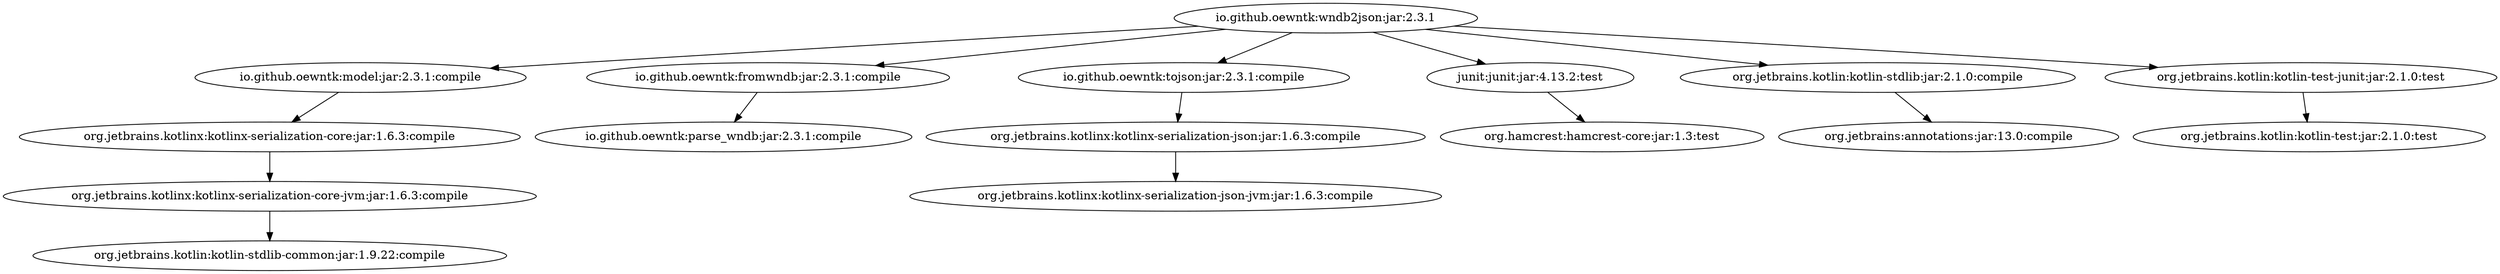
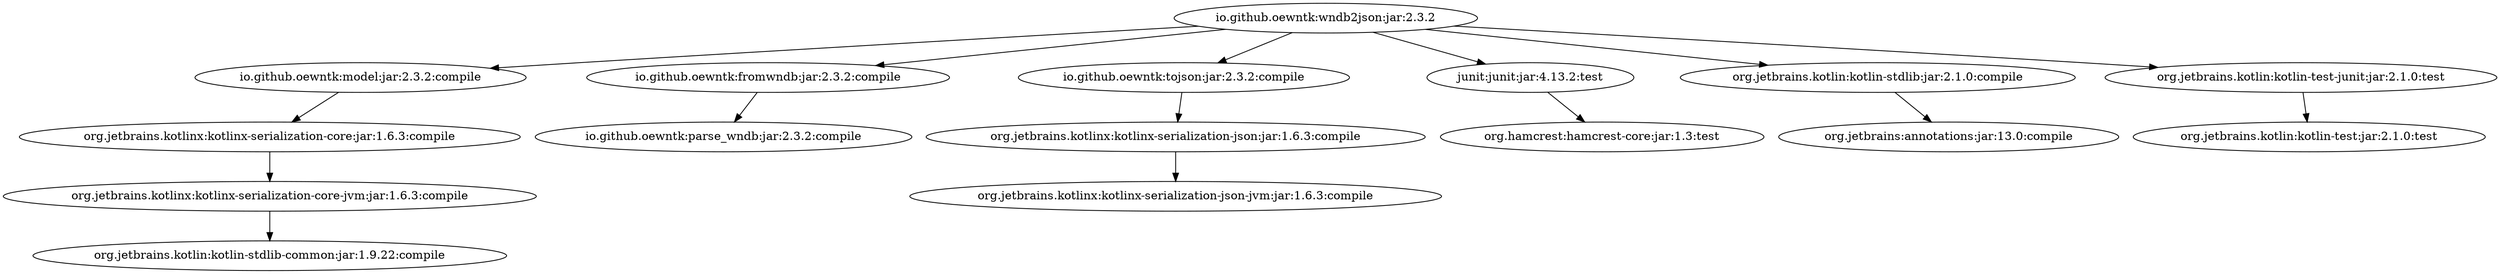
- digraph "io.github.oewntk:wndb2json:jar:2.3.1" {
- 	"io.github.oewntk:wndb2json:jar:2.3.1" -> "io.github.oewntk:model:jar:2.3.1:compile" ;
- 	"io.github.oewntk:wndb2json:jar:2.3.1" -> "io.github.oewntk:fromwndb:jar:2.3.1:compile" ;
- 	"io.github.oewntk:wndb2json:jar:2.3.1" -> "io.github.oewntk:tojson:jar:2.3.1:compile" ;
- 	"io.github.oewntk:wndb2json:jar:2.3.1" -> "junit:junit:jar:4.13.2:test" ;
- 	"io.github.oewntk:wndb2json:jar:2.3.1" -> "org.jetbrains.kotlin:kotlin-stdlib:jar:2.1.0:compile" ;
- 	"io.github.oewntk:wndb2json:jar:2.3.1" -> "org.jetbrains.kotlin:kotlin-test-junit:jar:2.1.0:test" ;
- 	"io.github.oewntk:model:jar:2.3.1:compile" -> "org.jetbrains.kotlinx:kotlinx-serialization-core:jar:1.6.3:compile" ;
+ digraph "io.github.oewntk:wndb2json:jar:2.3.2" {
+ 	"io.github.oewntk:wndb2json:jar:2.3.2" -> "io.github.oewntk:model:jar:2.3.2:compile" ;
+ 	"io.github.oewntk:wndb2json:jar:2.3.2" -> "io.github.oewntk:fromwndb:jar:2.3.2:compile" ;
+ 	"io.github.oewntk:wndb2json:jar:2.3.2" -> "io.github.oewntk:tojson:jar:2.3.2:compile" ;
+ 	"io.github.oewntk:wndb2json:jar:2.3.2" -> "junit:junit:jar:4.13.2:test" ;
+ 	"io.github.oewntk:wndb2json:jar:2.3.2" -> "org.jetbrains.kotlin:kotlin-stdlib:jar:2.1.0:compile" ;
+ 	"io.github.oewntk:wndb2json:jar:2.3.2" -> "org.jetbrains.kotlin:kotlin-test-junit:jar:2.1.0:test" ;
+ 	"io.github.oewntk:model:jar:2.3.2:compile" -> "org.jetbrains.kotlinx:kotlinx-serialization-core:jar:1.6.3:compile" ;
	"org.jetbrains.kotlinx:kotlinx-serialization-core:jar:1.6.3:compile" -> "org.jetbrains.kotlinx:kotlinx-serialization-core-jvm:jar:1.6.3:compile" ;
	"org.jetbrains.kotlinx:kotlinx-serialization-core-jvm:jar:1.6.3:compile" -> "org.jetbrains.kotlin:kotlin-stdlib-common:jar:1.9.22:compile" ;
- 	"io.github.oewntk:fromwndb:jar:2.3.1:compile" -> "io.github.oewntk:parse_wndb:jar:2.3.1:compile" ;
- 	"io.github.oewntk:tojson:jar:2.3.1:compile" -> "org.jetbrains.kotlinx:kotlinx-serialization-json:jar:1.6.3:compile" ;
+ 	"io.github.oewntk:fromwndb:jar:2.3.2:compile" -> "io.github.oewntk:parse_wndb:jar:2.3.2:compile" ;
+ 	"io.github.oewntk:tojson:jar:2.3.2:compile" -> "org.jetbrains.kotlinx:kotlinx-serialization-json:jar:1.6.3:compile" ;
	"org.jetbrains.kotlinx:kotlinx-serialization-json:jar:1.6.3:compile" -> "org.jetbrains.kotlinx:kotlinx-serialization-json-jvm:jar:1.6.3:compile" ;
	"junit:junit:jar:4.13.2:test" -> "org.hamcrest:hamcrest-core:jar:1.3:test" ;
	"org.jetbrains.kotlin:kotlin-stdlib:jar:2.1.0:compile" -> "org.jetbrains:annotations:jar:13.0:compile" ;
	"org.jetbrains.kotlin:kotlin-test-junit:jar:2.1.0:test" -> "org.jetbrains.kotlin:kotlin-test:jar:2.1.0:test" ;
 }